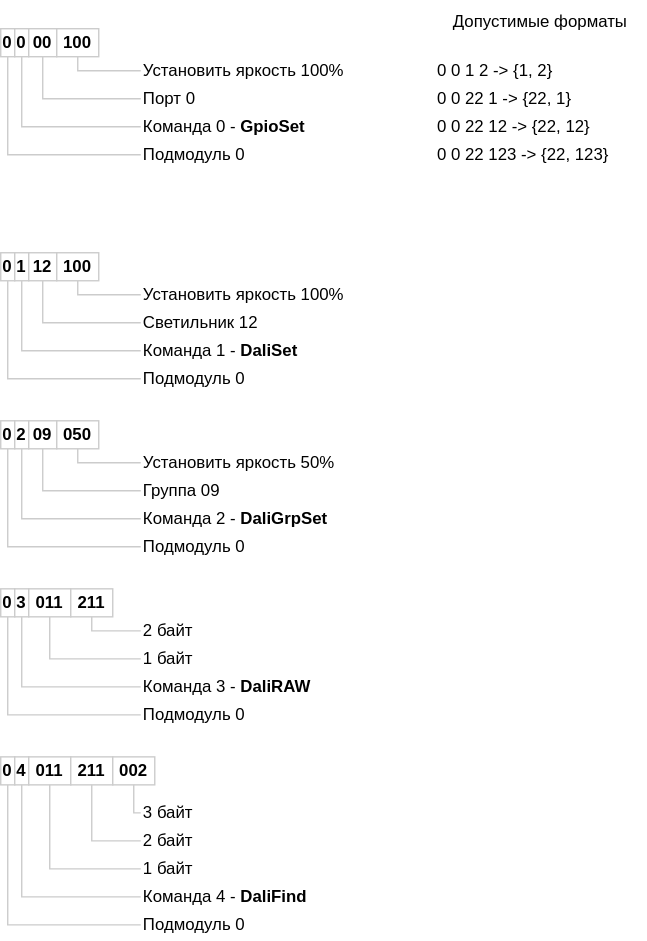
Before: docs/light/gpio/direct_command.svg, a diagram exported from draw.io (atitoff/CSH4). Source tidied: cells renumbered, new cells last; positions are measured from the earlier drawing's top-left corner, leaving out a move shared by most shapes.
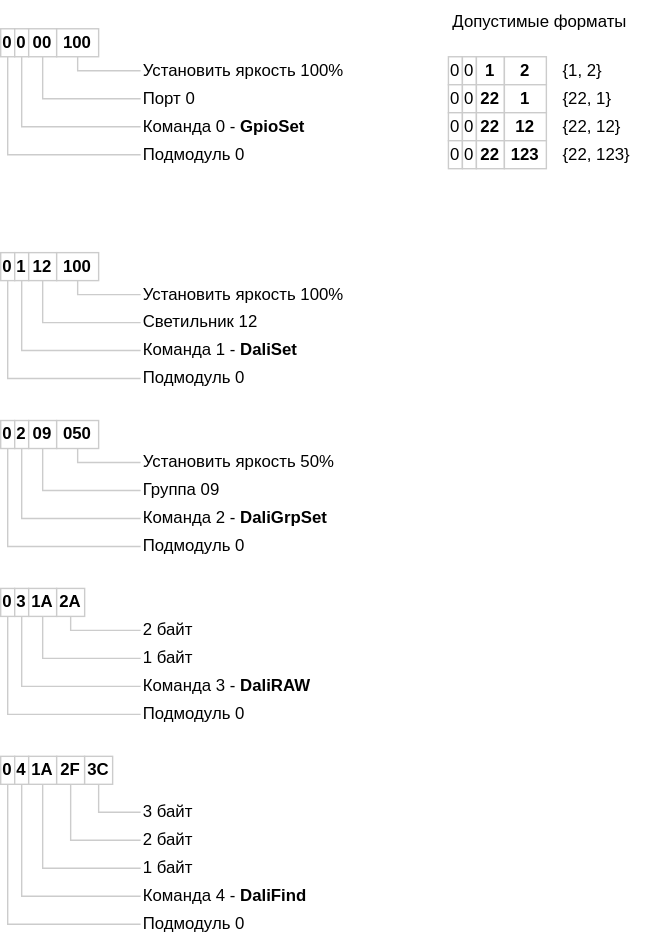
Later version of the same file.

What changed in the source:
```diff
@@ -38,21 +38,9 @@
     <mxCell id="13" value="Команда 2 - &lt;b&gt;DaliGrpSet&lt;/b&gt;" style="rounded=0;whiteSpace=wrap;html=1;fontSize=12;fillColor=none;strokeColor=none;align=left;" parent="1" vertex="1">
       <mxGeometry x="100" y="360" width="140" height="20" as="geometry" />
     </mxCell>
-    <mxCell id="14" value="0 0 1 2 -&amp;gt; {1, 2}" style="rounded=0;whiteSpace=wrap;html=1;align=left;fillColor=none;strokeColor=none;" parent="1" vertex="1">
-      <mxGeometry x="310" y="40" width="150" height="20" as="geometry" />
-    </mxCell>
     <mxCell id="15" value="Допустимые форматы" style="text;html=1;align=center;verticalAlign=middle;strokeColor=none;fillColor=none;" parent="1" vertex="1">
       <mxGeometry x="310" width="150" height="30" as="geometry" />
     </mxCell>
-    <mxCell id="16" value="0 0 22 1 -&amp;gt; {22, 1}" style="rounded=0;whiteSpace=wrap;html=1;align=left;fillColor=none;strokeColor=none;" parent="1" vertex="1">
-      <mxGeometry x="310" y="60" width="150" height="20" as="geometry" />
-    </mxCell>
-    <mxCell id="17" value="0 0 22 12 -&amp;gt; {22, 12}" style="rounded=0;whiteSpace=wrap;html=1;align=left;fillColor=none;strokeColor=none;" parent="1" vertex="1">
-      <mxGeometry x="310" y="80" width="150" height="20" as="geometry" />
-    </mxCell>
-    <mxCell id="18" value="0 0 22 123 -&amp;gt; {22, 123}" style="rounded=0;whiteSpace=wrap;html=1;align=left;fillColor=none;strokeColor=none;" parent="1" vertex="1">
-      <mxGeometry x="310" y="100" width="150" height="20" as="geometry" />
-    </mxCell>
     <mxCell id="19" value="2 байт" style="rounded=0;whiteSpace=wrap;html=1;fontSize=12;fillColor=none;strokeColor=none;align=left;" parent="1" vertex="1">
       <mxGeometry x="100" y="440" width="150" height="20" as="geometry" />
     </mxCell>
@@ -71,14 +59,14 @@
     <mxCell id="24" value="4" style="rounded=0;whiteSpace=wrap;html=1;strokeColor=#CCCCCC;fontStyle=1;" parent="1" vertex="1">
       <mxGeometry x="10" y="540" width="10" height="20" as="geometry" />
     </mxCell>
-    <mxCell id="25" value="011" style="rounded=0;whiteSpace=wrap;html=1;strokeColor=#CCCCCC;fontStyle=1;" parent="1" vertex="1">
-      <mxGeometry x="20" y="540" width="30" height="20" as="geometry" />
+    <mxCell id="25" value="1A" style="rounded=0;whiteSpace=wrap;html=1;strokeColor=#CCCCCC;fontStyle=1;" parent="1" vertex="1">
+      <mxGeometry x="20" y="540" width="20" height="20" as="geometry" />
     </mxCell>
-    <mxCell id="26" value="211" style="rounded=0;whiteSpace=wrap;html=1;strokeColor=#CCCCCC;fontStyle=1;" parent="1" vertex="1">
-      <mxGeometry x="50" y="540" width="30" height="20" as="geometry" />
+    <mxCell id="26" value="2F" style="rounded=0;whiteSpace=wrap;html=1;strokeColor=#CCCCCC;fontStyle=1;" parent="1" vertex="1">
+      <mxGeometry x="40" y="540" width="20" height="20" as="geometry" />
     </mxCell>
-    <mxCell id="27" value="002" style="rounded=0;whiteSpace=wrap;html=1;strokeColor=#CCCCCC;fontStyle=1;" parent="1" vertex="1">
-      <mxGeometry x="80" y="540" width="30" height="20" as="geometry" />
+    <mxCell id="27" value="3C" style="rounded=0;whiteSpace=wrap;html=1;strokeColor=#CCCCCC;fontStyle=1;" parent="1" vertex="1">
+      <mxGeometry x="60" y="540" width="20" height="20" as="geometry" />
     </mxCell>
     <mxCell id="28" value="1 байт" style="rounded=0;whiteSpace=wrap;html=1;fontSize=12;fillColor=none;strokeColor=none;align=left;" parent="1" vertex="1">
       <mxGeometry x="100" y="610" width="90" height="20" as="geometry" />
@@ -116,14 +104,18 @@
     <mxCell id="39" value="3" style="rounded=0;whiteSpace=wrap;html=1;strokeColor=#CCCCCC;fontStyle=1;" parent="1" vertex="1">
       <mxGeometry x="10" y="420" width="10" height="20" as="geometry" />
     </mxCell>
-    <mxCell id="40" value="011" style="rounded=0;whiteSpace=wrap;html=1;strokeColor=#CCCCCC;fontStyle=1;" parent="1" vertex="1">
-      <mxGeometry x="20" y="420" width="30" height="20" as="geometry" />
+    <mxCell id="40" value="1A" style="rounded=0;whiteSpace=wrap;html=1;strokeColor=#CCCCCC;fontStyle=1;" parent="1" vertex="1">
+      <mxGeometry x="20" y="420" width="20" height="20" as="geometry" />
     </mxCell>
-    <mxCell id="41" value="211" style="rounded=0;whiteSpace=wrap;html=1;strokeColor=#CCCCCC;fontStyle=1;" parent="1" vertex="1">
-      <mxGeometry x="50" y="420" width="30" height="20" as="geometry" />
+    <mxCell id="41" value="2A" style="rounded=0;whiteSpace=wrap;html=1;strokeColor=#CCCCCC;fontStyle=1;" parent="1" vertex="1">
+      <mxGeometry x="40" y="420" width="20" height="20" as="geometry" />
     </mxCell>
     <mxCell id="42" style="edgeStyle=orthogonalEdgeStyle;rounded=0;jettySize=auto;html=1;exitX=0;exitY=0.5;exitDx=0;exitDy=0;entryX=0.5;entryY=1;entryDx=0;entryDy=0;endArrow=none;endFill=0;strokeColor=#CCCCCC;" parent="1" edge="1" source="19" target="41">
-      <mxGeometry relative="1" as="geometry" />
+      <mxGeometry relative="1" as="geometry">
+        <Array as="points">
+          <mxPoint x="50" y="450" />
+        </Array>
+      </mxGeometry>
     </mxCell>
     <mxCell id="43" style="edgeStyle=orthogonalEdgeStyle;rounded=0;jettySize=auto;html=1;exitX=0;exitY=0.5;exitDx=0;exitDy=0;entryX=0.5;entryY=1;entryDx=0;entryDy=0;endArrow=none;endFill=0;strokeColor=#CCCCCC;" parent="1" edge="1" source="20" target="40">
       <mxGeometry relative="1" as="geometry" />
@@ -246,5 +238,65 @@
         </Array>
       </mxGeometry>
     </mxCell>
+    <mxCell id="70" value="0" style="rounded=0;whiteSpace=wrap;html=1;strokeColor=#CCCCCC;fontStyle=0;" parent="1" vertex="1">
+      <mxGeometry x="320" y="40" width="10" height="20" as="geometry" />
+    </mxCell>
+    <mxCell id="71" value="0" style="rounded=0;whiteSpace=wrap;html=1;strokeColor=#CCCCCC;fontStyle=0;" parent="1" vertex="1">
+      <mxGeometry x="330" y="40" width="10" height="20" as="geometry" />
+    </mxCell>
+    <mxCell id="72" value="1" style="rounded=0;whiteSpace=wrap;html=1;strokeColor=#CCCCCC;fontStyle=1;" parent="1" vertex="1">
+      <mxGeometry x="340" y="40" width="20" height="20" as="geometry" />
+    </mxCell>
+    <mxCell id="73" value="2" style="rounded=0;whiteSpace=wrap;html=1;strokeColor=#CCCCCC;fontStyle=1;" parent="1" vertex="1">
+      <mxGeometry x="360" y="40" width="30" height="20" as="geometry" />
+    </mxCell>
+    <mxCell id="74" value="0" style="rounded=0;whiteSpace=wrap;html=1;strokeColor=#CCCCCC;fontStyle=0;" parent="1" vertex="1">
+      <mxGeometry x="320" y="60" width="10" height="20" as="geometry" />
+    </mxCell>
+    <mxCell id="75" value="0" style="rounded=0;whiteSpace=wrap;html=1;strokeColor=#CCCCCC;fontStyle=0;" parent="1" vertex="1">
+      <mxGeometry x="330" y="60" width="10" height="20" as="geometry" />
+    </mxCell>
+    <mxCell id="76" value="22" style="rounded=0;whiteSpace=wrap;html=1;strokeColor=#CCCCCC;fontStyle=1;" parent="1" vertex="1">
+      <mxGeometry x="340" y="60" width="20" height="20" as="geometry" />
+    </mxCell>
+    <mxCell id="77" value="1" style="rounded=0;whiteSpace=wrap;html=1;strokeColor=#CCCCCC;fontStyle=1;" parent="1" vertex="1">
+      <mxGeometry x="360" y="60" width="30" height="20" as="geometry" />
+    </mxCell>
+    <mxCell id="78" value="0" style="rounded=0;whiteSpace=wrap;html=1;strokeColor=#CCCCCC;fontStyle=0;" parent="1" vertex="1">
+      <mxGeometry x="320" y="80" width="10" height="20" as="geometry" />
+    </mxCell>
+    <mxCell id="79" value="0" style="rounded=0;whiteSpace=wrap;html=1;strokeColor=#CCCCCC;fontStyle=0;" parent="1" vertex="1">
+      <mxGeometry x="330" y="80" width="10" height="20" as="geometry" />
+    </mxCell>
+    <mxCell id="80" value="22" style="rounded=0;whiteSpace=wrap;html=1;strokeColor=#CCCCCC;fontStyle=1;" parent="1" vertex="1">
+      <mxGeometry x="340" y="80" width="20" height="20" as="geometry" />
+    </mxCell>
+    <mxCell id="81" value="12" style="rounded=0;whiteSpace=wrap;html=1;strokeColor=#CCCCCC;fontStyle=1;" parent="1" vertex="1">
+      <mxGeometry x="360" y="80" width="30" height="20" as="geometry" />
+    </mxCell>
+    <mxCell id="82" value="0" style="rounded=0;whiteSpace=wrap;html=1;strokeColor=#CCCCCC;fontStyle=0;" parent="1" vertex="1">
+      <mxGeometry x="320" y="100" width="10" height="20" as="geometry" />
+    </mxCell>
+    <mxCell id="83" value="0" style="rounded=0;whiteSpace=wrap;html=1;strokeColor=#CCCCCC;fontStyle=0;" parent="1" vertex="1">
+      <mxGeometry x="330" y="100" width="10" height="20" as="geometry" />
+    </mxCell>
+    <mxCell id="84" value="22" style="rounded=0;whiteSpace=wrap;html=1;strokeColor=#CCCCCC;fontStyle=1;" parent="1" vertex="1">
+      <mxGeometry x="340" y="100" width="20" height="20" as="geometry" />
+    </mxCell>
+    <mxCell id="85" value="123" style="rounded=0;whiteSpace=wrap;html=1;strokeColor=#CCCCCC;fontStyle=1;" parent="1" vertex="1">
+      <mxGeometry x="360" y="100" width="30" height="20" as="geometry" />
+    </mxCell>
+    <mxCell id="86" value="&lt;span style=&quot;&quot;&gt;{1, 2}&lt;/span&gt;" style="rounded=0;whiteSpace=wrap;html=1;strokeColor=none;fillColor=none;align=left;" parent="1" vertex="1">
+      <mxGeometry x="400" y="40" width="50" height="20" as="geometry" />
+    </mxCell>
+    <mxCell id="87" value="&lt;span style=&quot;&quot;&gt;{22, 1}&lt;/span&gt;" style="rounded=0;whiteSpace=wrap;html=1;strokeColor=none;fillColor=none;align=left;" parent="1" vertex="1">
+      <mxGeometry x="400" y="60" width="50" height="20" as="geometry" />
+    </mxCell>
+    <mxCell id="88" value="&lt;span style=&quot;&quot;&gt;{22, 12}&lt;/span&gt;" style="rounded=0;whiteSpace=wrap;html=1;strokeColor=none;fillColor=none;align=left;" parent="1" vertex="1">
+      <mxGeometry x="400" y="80" width="50" height="20" as="geometry" />
+    </mxCell>
+    <mxCell id="89" value="&lt;span style=&quot;&quot;&gt;{22, 123}&lt;/span&gt;" style="rounded=0;whiteSpace=wrap;html=1;strokeColor=none;fillColor=none;align=left;" parent="1" vertex="1">
+      <mxGeometry x="400" y="100" width="60" height="20" as="geometry" />
+    </mxCell>
   </root>
 </mxGraphModel>
```
